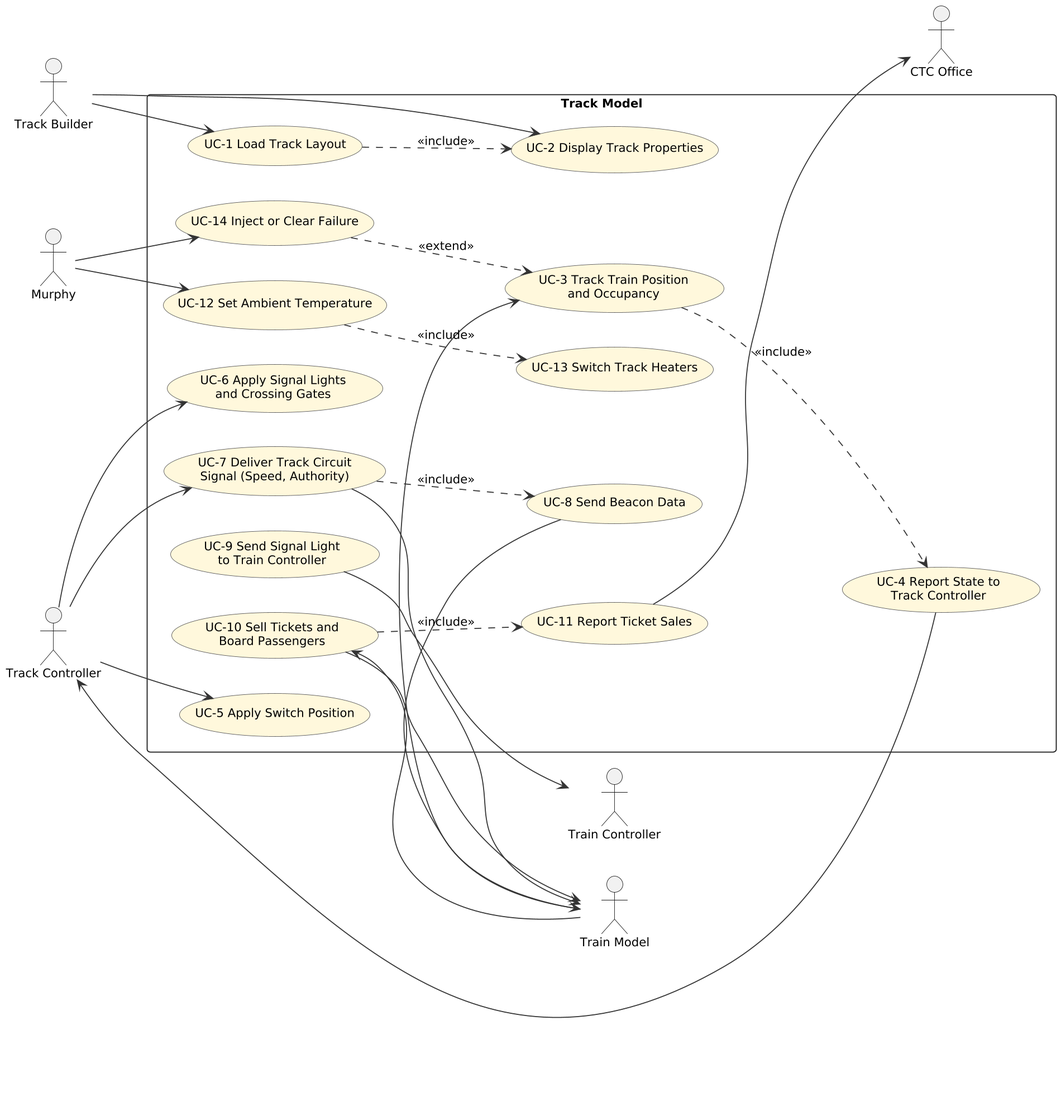
Earlier version of the PlantUML export documents/uml/track_model/03_usecase.png (Landiss04/Track-Overflow).
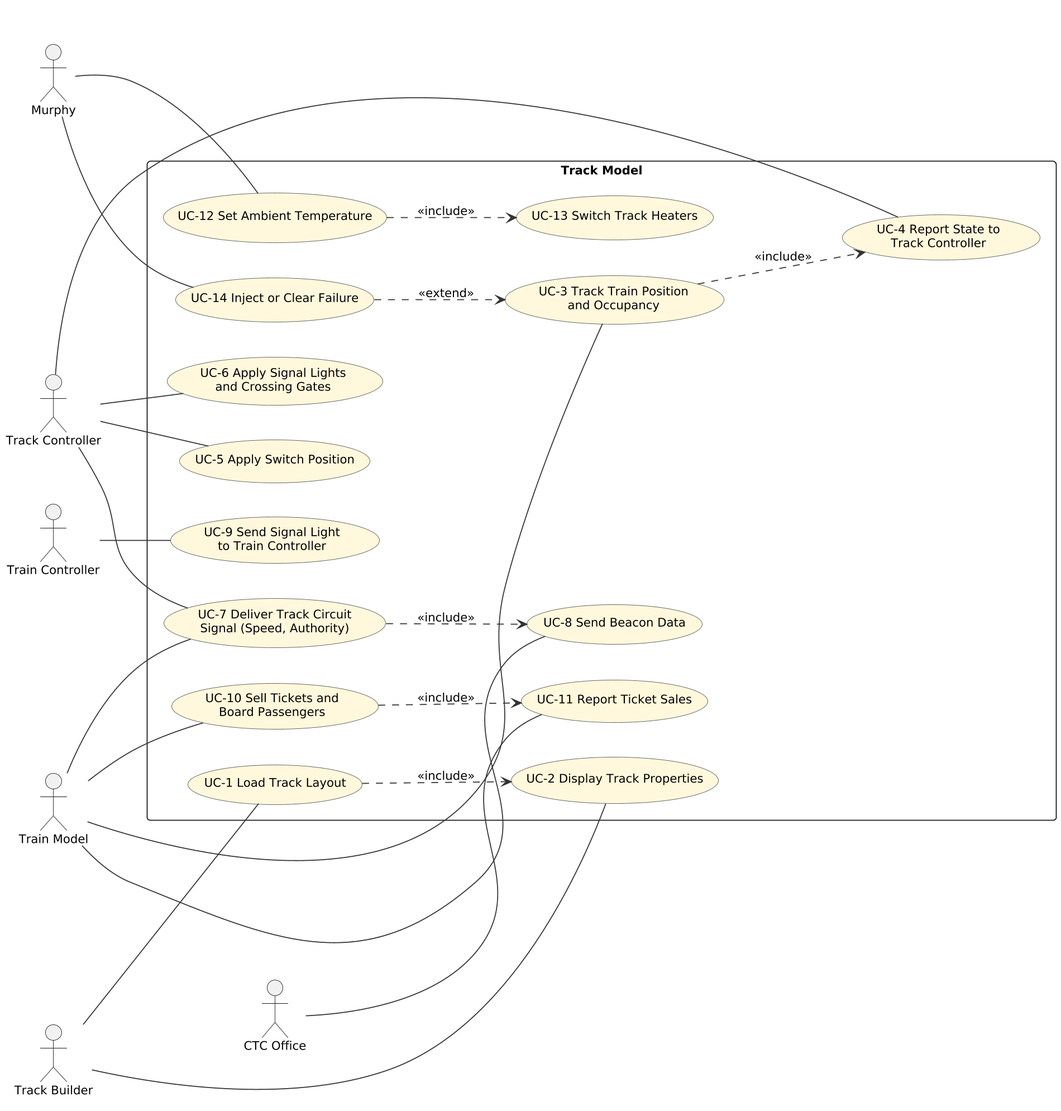
Later version of the same file.

Change to the diagram source:
```diff
@@ -31,21 +31,20 @@
   usecase "UC-13 Switch Track Heaters" as UC13
   usecase "UC-14 Inject or Clear Failure" as UC14
 }
-TB --> UC1
-TB --> UC2
-MU --> UC12
-MU --> UC14
-TC --> UC5
-TC --> UC6
-TC --> UC7
-UC4 --> TC
-TRM --> UC3
-TRM --> UC10
-UC7 --> TRM
-UC8 --> TRM
-UC10 --> TRM
-UC9 --> TRC
-UC11 --> CTC
+TB -- UC1
+TB -- UC2
+MU -- UC12
+MU -- UC14
+TC -- UC5
+TC -- UC6
+TC -- UC7
+TC -- UC4
+TRM -- UC3
+TRM -- UC10
+TRM -- UC7
+TRM -- UC8
+TRC -- UC9
+CTC -- UC11
 UC1 ..> UC2 : <<include>>
 UC3 ..> UC4 : <<include>>
 UC7 ..> UC8 : <<include>>
```
